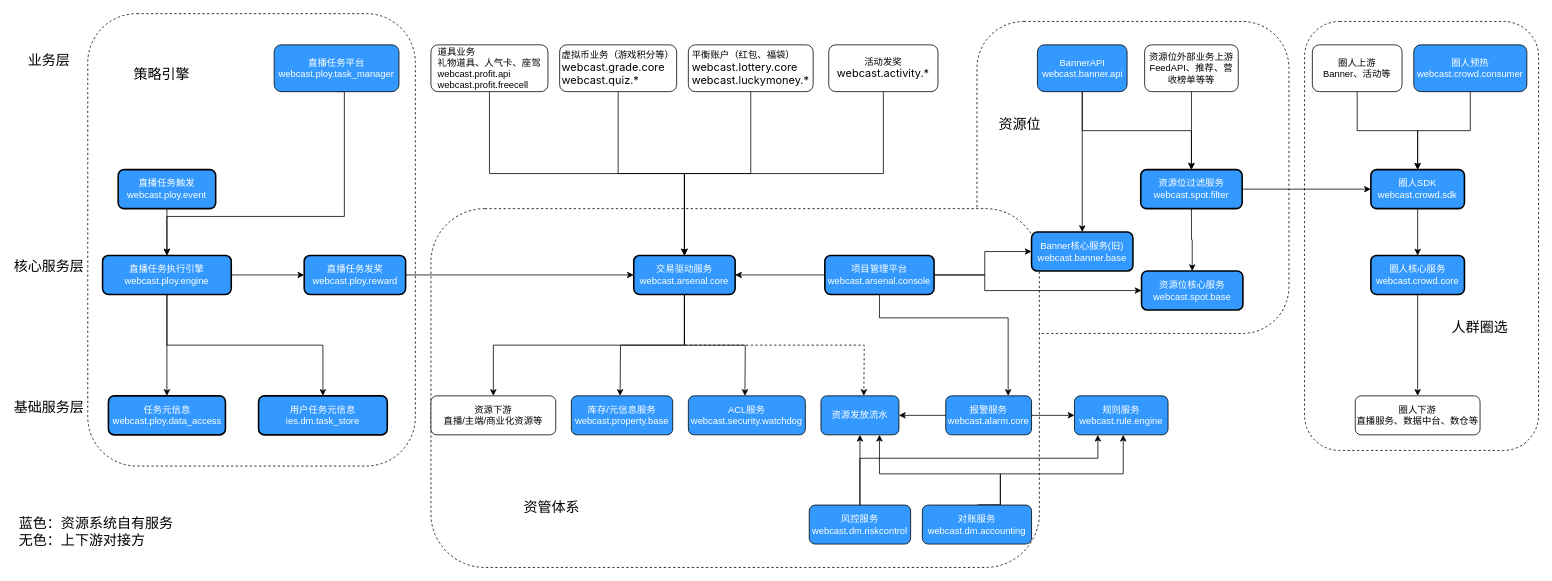
Earlier version of the draw.io diagram service_relationship.drawio (carlonelong/pics). Source tidied: cells renumbered, new cells numbered last; positions are measured from the earlier drawing's top-left corner, leaving out a move shared by most shapes. Both pictures are drawn from the tidied source at 78%, with x=0, y=0 at pixel (17, 13).
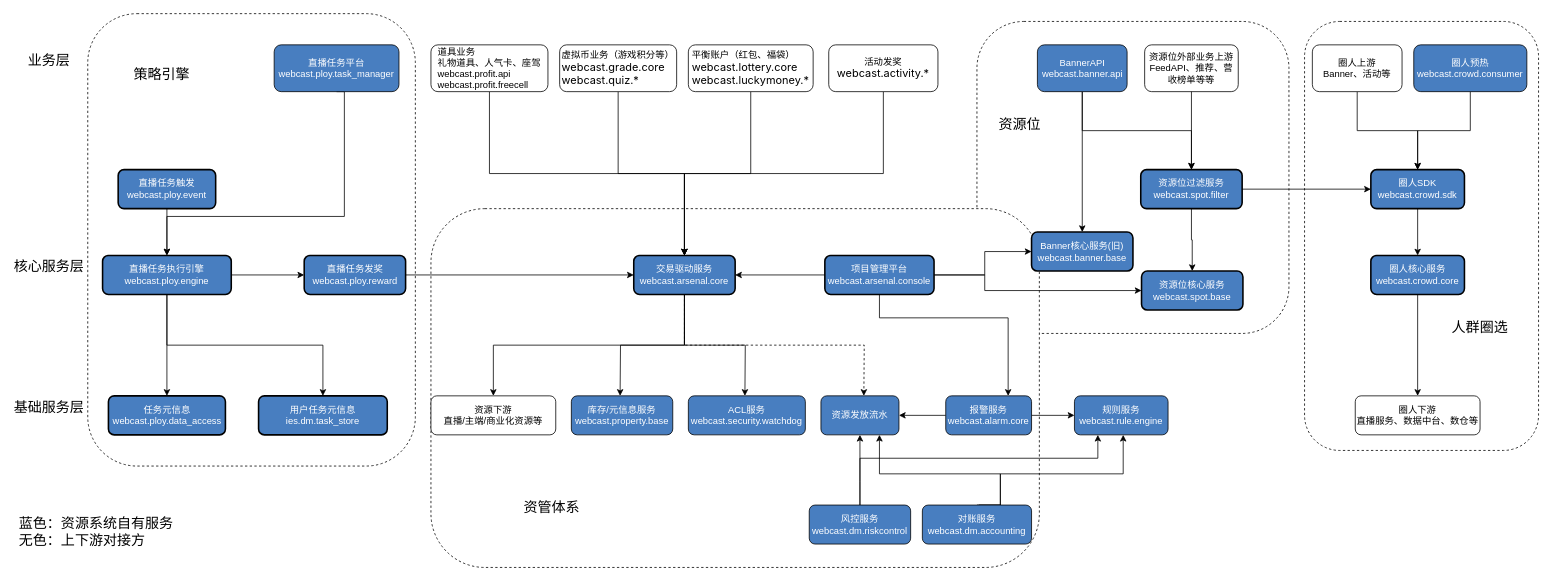
The same diagram, later.

What changed in the source:
```diff
@@
-    <mxCell id="12" value="BannerAPI&lt;br&gt;webcast.banner.api" style="rounded=1;whiteSpace=wrap;html=1;fillColor=#3399FF;fontColor=#FFFFFF;" parent="1" vertex="1">
+    <mxCell id="12" value="BannerAPI&lt;br&gt;webcast.banner.api" style="rounded=1;whiteSpace=wrap;html=1;fillColor=#487EC0;fontColor=#FFFFFF;" parent="1" vertex="1">
       <mxGeometry x="1307.5" y="40" width="115" height="60" as="geometry" />
     </mxCell>
-    <mxCell id="13" value="Banner核心服务(旧)&lt;br&gt;webcast.banner.base" style="rounded=1;whiteSpace=wrap;html=1;fillColor=#3399FF;strokeWidth=2;fontColor=#FFFFFF;" parent="1" vertex="1">
+    <mxCell id="13" value="Banner核心服务(旧)&lt;br&gt;webcast.banner.base" style="rounded=1;whiteSpace=wrap;html=1;fillColor=#487EC0;strokeWidth=2;fontColor=#FFFFFF;" parent="1" vertex="1">
       <mxGeometry x="1300" y="280" width="130" height="50" as="geometry" />
     </mxCell>
@@
-    <mxCell id="17" value="圈人预热&lt;br&gt;webcast.crowd.consumer" style="rounded=1;whiteSpace=wrap;html=1;fillColor=#3399FF;fontColor=#FFFFFF;" parent="1" vertex="1">
+    <mxCell id="17" value="圈人预热&lt;br&gt;webcast.crowd.consumer" style="rounded=1;whiteSpace=wrap;html=1;fillColor=#487EC0;fontColor=#FFFFFF;" parent="1" vertex="1">
       <mxGeometry x="1790" y="40" width="145" height="60" as="geometry" />
     </mxCell>
@@
-    <mxCell id="30" value="交易驱动服务&lt;br&gt;webcast.arsenal.core" style="rounded=1;fillColor=#3399FF;strokeWidth=2;fontColor=#FFFFFF;whiteSpace=wrap;html=1;" parent="1" vertex="1">
+    <mxCell id="30" value="交易驱动服务&lt;br&gt;webcast.arsenal.core" style="rounded=1;fillColor=#487EC0;strokeWidth=2;fontColor=#FFFFFF;whiteSpace=wrap;html=1;" parent="1" vertex="1">
       <mxGeometry x="790" y="310" width="130" height="50" as="geometry" />
     </mxCell>
@@
-    <mxCell id="35" value="项目管理平台&lt;br&gt;webcast.arsenal.console" style="rounded=1;fillColor=#3399FF;strokeWidth=2;fontColor=#FFFFFF;whiteSpace=wrap;html=1;" parent="1" vertex="1">
+    <mxCell id="35" value="项目管理平台&lt;br&gt;webcast.arsenal.console" style="rounded=1;fillColor=#487EC0;strokeWidth=2;fontColor=#FFFFFF;whiteSpace=wrap;html=1;" parent="1" vertex="1">
       <mxGeometry x="1035" y="310" width="140" height="50" as="geometry" />
     </mxCell>
@@
-    <mxCell id="38" value="圈人SDK&lt;br&gt;webcast.crowd.sdk" style="rounded=1;whiteSpace=wrap;html=1;fillColor=#3399FF;strokeWidth=2;fontColor=#FFFFFF;" parent="1" vertex="1">
+    <mxCell id="38" value="圈人SDK&lt;br&gt;webcast.crowd.sdk" style="rounded=1;whiteSpace=wrap;html=1;fillColor=#487EC0;strokeWidth=2;fontColor=#FFFFFF;" parent="1" vertex="1">
       <mxGeometry x="1735" y="200" width="120" height="50" as="geometry" />
     </mxCell>
@@
-    <mxCell id="40" value="圈人核心服务&lt;br&gt;webcast.crowd.core" style="rounded=1;whiteSpace=wrap;html=1;fillColor=#3399FF;strokeWidth=2;fontColor=#FFFFFF;" parent="1" vertex="1">
+    <mxCell id="40" value="圈人核心服务&lt;br&gt;webcast.crowd.core" style="rounded=1;whiteSpace=wrap;html=1;fillColor=#487EC0;strokeWidth=2;fontColor=#FFFFFF;" parent="1" vertex="1">
       <mxGeometry x="1735" y="310" width="120" height="50" as="geometry" />
     </mxCell>
-    <mxCell id="41" value="库存/元信息服务&lt;br&gt;webcast.property.base" style="rounded=1;fillColor=#3399FF;fontColor=#FFFFFF;whiteSpace=wrap;html=1;" parent="1" vertex="1">
+    <mxCell id="41" value="库存/元信息服务&lt;br&gt;webcast.property.base" style="rounded=1;fillColor=#487EC0;fontColor=#FFFFFF;whiteSpace=wrap;html=1;" parent="1" vertex="1">
       <mxGeometry x="710" y="490" width="130" height="50" as="geometry" />
     </mxCell>
-    <mxCell id="42" value="ACL服务&lt;br&gt;webcast.security.watchdog" style="rounded=1;fillColor=#3399FF;fontColor=#FFFFFF;whiteSpace=wrap;html=1;" parent="1" vertex="1">
+    <mxCell id="42" value="ACL服务&lt;br&gt;webcast.security.watchdog" style="rounded=1;fillColor=#487EC0;fontColor=#FFFFFF;whiteSpace=wrap;html=1;" parent="1" vertex="1">
       <mxGeometry x="860" y="490" width="150" height="50" as="geometry" />
     </mxCell>
-    <mxCell id="43" value="资源发放流水" style="rounded=1;fillColor=#3399FF;fontColor=#FFFFFF;whiteSpace=wrap;html=1;" parent="1" vertex="1">
+    <mxCell id="43" value="资源发放流水" style="rounded=1;fillColor=#487EC0;fontColor=#FFFFFF;whiteSpace=wrap;html=1;" parent="1" vertex="1">
       <mxGeometry x="1030" y="490" width="100" height="50" as="geometry" />
     </mxCell>
@@
-    <mxCell id="46" value="报警服务&lt;br&gt;webcast.alarm.core&lt;br&gt;" style="rounded=1;fillColor=#3399FF;fontColor=#FFFFFF;whiteSpace=wrap;html=1;" parent="1" vertex="1">
+    <mxCell id="46" value="报警服务&lt;br&gt;webcast.alarm.core&lt;br&gt;" style="rounded=1;fillColor=#487EC0;fontColor=#FFFFFF;whiteSpace=wrap;html=1;" parent="1" vertex="1">
       <mxGeometry x="1190" y="490" width="110" height="50" as="geometry" />
     </mxCell>
@@
-    <mxCell id="49" value="风控服务&lt;br&gt;webcast.dm.riskcontrol&lt;br&gt;" style="rounded=1;fillColor=#3399FF;fontColor=#FFFFFF;whiteSpace=wrap;html=1;" parent="1" vertex="1">
+    <mxCell id="49" value="风控服务&lt;br&gt;webcast.dm.riskcontrol&lt;br&gt;" style="rounded=1;fillColor=#487EC0;fontColor=#FFFFFF;whiteSpace=wrap;html=1;" parent="1" vertex="1">
       <mxGeometry x="1015" y="630" width="130" height="50" as="geometry" />
     </mxCell>
-    <mxCell id="50" value="规则服务&lt;br&gt;webcast.rule.engine&lt;br&gt;" style="rounded=1;fillColor=#3399FF;fontColor=#FFFFFF;whiteSpace=wrap;html=1;" parent="1" vertex="1">
+    <mxCell id="50" value="规则服务&lt;br&gt;webcast.rule.engine&lt;br&gt;" style="rounded=1;fillColor=#487EC0;fontColor=#FFFFFF;whiteSpace=wrap;html=1;" parent="1" vertex="1">
       <mxGeometry x="1355" y="490" width="120" height="50" as="geometry" />
     </mxCell>
@@
-    <mxCell id="53" value="对账服务&lt;br&gt;webcast.dm.accounting&lt;br&gt;" style="rounded=1;fillColor=#3399FF;fontColor=#FFFFFF;whiteSpace=wrap;html=1;" parent="1" vertex="1">
+    <mxCell id="53" value="对账服务&lt;br&gt;webcast.dm.accounting&lt;br&gt;" style="rounded=1;fillColor=#487EC0;fontColor=#FFFFFF;whiteSpace=wrap;html=1;" parent="1" vertex="1">
       <mxGeometry x="1160" y="630" width="140" height="50" as="geometry" />
     </mxCell>
@@
-    <mxCell id="59" value="直播任务平台&lt;br&gt;webcast.ploy.task_manager" style="rounded=1;whiteSpace=wrap;html=1;fillColor=#3399FF;fontColor=#FFFFFF;" parent="1" vertex="1">
+    <mxCell id="59" value="直播任务平台&lt;br&gt;webcast.ploy.task_manager" style="rounded=1;whiteSpace=wrap;html=1;fillColor=#487EC0;fontColor=#FFFFFF;" parent="1" vertex="1">
       <mxGeometry x="329" y="40" width="160" height="60" as="geometry" />
     </mxCell>
@@
-    <mxCell id="63" value="直播任务执行引擎&lt;br&gt;webcast.ploy.engine&lt;br&gt;" style="rounded=1;fillColor=#3399FF;strokeWidth=2;fontColor=#FFFFFF;whiteSpace=wrap;html=1;" parent="1" vertex="1">
+    <mxCell id="63" value="直播任务执行引擎&lt;br&gt;webcast.ploy.engine&lt;br&gt;" style="rounded=1;fillColor=#487EC0;strokeWidth=2;fontColor=#FFFFFF;whiteSpace=wrap;html=1;" parent="1" vertex="1">
       <mxGeometry x="109" y="310" width="165" height="50" as="geometry" />
     </mxCell>
@@
-    <mxCell id="65" value="直播任务发奖&lt;br&gt;webcast.ploy.reward&lt;br&gt;" style="rounded=1;fillColor=#3399FF;strokeWidth=2;fontColor=#FFFFFF;whiteSpace=wrap;html=1;" parent="1" vertex="1">
+    <mxCell id="65" value="直播任务发奖&lt;br&gt;webcast.ploy.reward&lt;br&gt;" style="rounded=1;fillColor=#487EC0;strokeWidth=2;fontColor=#FFFFFF;whiteSpace=wrap;html=1;" parent="1" vertex="1">
       <mxGeometry x="367.5" y="310" width="130" height="50" as="geometry" />
     </mxCell>
-    <mxCell id="66" value="任务元信息&lt;br&gt;webcast.ploy.data_access&lt;br&gt;" style="rounded=1;fillColor=#3399FF;strokeWidth=2;fontColor=#FFFFFF;whiteSpace=wrap;html=1;" parent="1" vertex="1">
+    <mxCell id="66" value="任务元信息&lt;br&gt;webcast.ploy.data_access&lt;br&gt;" style="rounded=1;fillColor=#487EC0;strokeWidth=2;fontColor=#FFFFFF;whiteSpace=wrap;html=1;" parent="1" vertex="1">
       <mxGeometry x="116.5" y="490" width="150" height="50" as="geometry" />
     </mxCell>
@@
-    <mxCell id="68" value="直播任务触发&lt;br&gt;webcast.ploy.event&lt;br&gt;" style="rounded=1;fillColor=#3399FF;strokeWidth=2;fontColor=#FFFFFF;whiteSpace=wrap;html=1;" parent="1" vertex="1">
+    <mxCell id="68" value="直播任务触发&lt;br&gt;webcast.ploy.event&lt;br&gt;" style="rounded=1;fillColor=#487EC0;strokeWidth=2;fontColor=#FFFFFF;whiteSpace=wrap;html=1;" parent="1" vertex="1">
       <mxGeometry x="129" y="200" width="125" height="50" as="geometry" />
     </mxCell>
-    <mxCell id="69" value="用户任务元信息&lt;br&gt;ies.dm.task_store&lt;br&gt;" style="rounded=1;fillColor=#3399FF;strokeWidth=2;fontColor=#FFFFFF;whiteSpace=wrap;html=1;" parent="1" vertex="1">
+    <mxCell id="69" value="用户任务元信息&lt;br&gt;ies.dm.task_store&lt;br&gt;" style="rounded=1;fillColor=#487EC0;strokeWidth=2;fontColor=#FFFFFF;whiteSpace=wrap;html=1;" parent="1" vertex="1">
       <mxGeometry x="309" y="490" width="165" height="50" as="geometry" />
     </mxCell>
@@
-    <mxCell id="74" value="资源位核心服务&lt;br&gt;webcast.spot.base" style="rounded=1;whiteSpace=wrap;html=1;fillColor=#3399FF;strokeWidth=2;fontColor=#FFFFFF;" parent="1" vertex="1">
+    <mxCell id="74" value="资源位核心服务&lt;br&gt;webcast.spot.base" style="rounded=1;whiteSpace=wrap;html=1;fillColor=#487EC0;strokeWidth=2;fontColor=#FFFFFF;" parent="1" vertex="1">
       <mxGeometry x="1441" y="330" width="130" height="50" as="geometry" />
     </mxCell>
@@
-    <mxCell id="77" value="资源位过滤服务&lt;br&gt;webcast.spot.filter" style="rounded=1;whiteSpace=wrap;html=1;fillColor=#3399FF;strokeWidth=2;fontColor=#FFFFFF;" parent="1" vertex="1">
+    <mxCell id="77" value="资源位过滤服务&lt;br&gt;webcast.spot.filter" style="rounded=1;whiteSpace=wrap;html=1;fillColor=#487EC0;strokeWidth=2;fontColor=#FFFFFF;" parent="1" vertex="1">
       <mxGeometry x="1440" y="200" width="130" height="50" as="geometry" />
     </mxCell>
```
